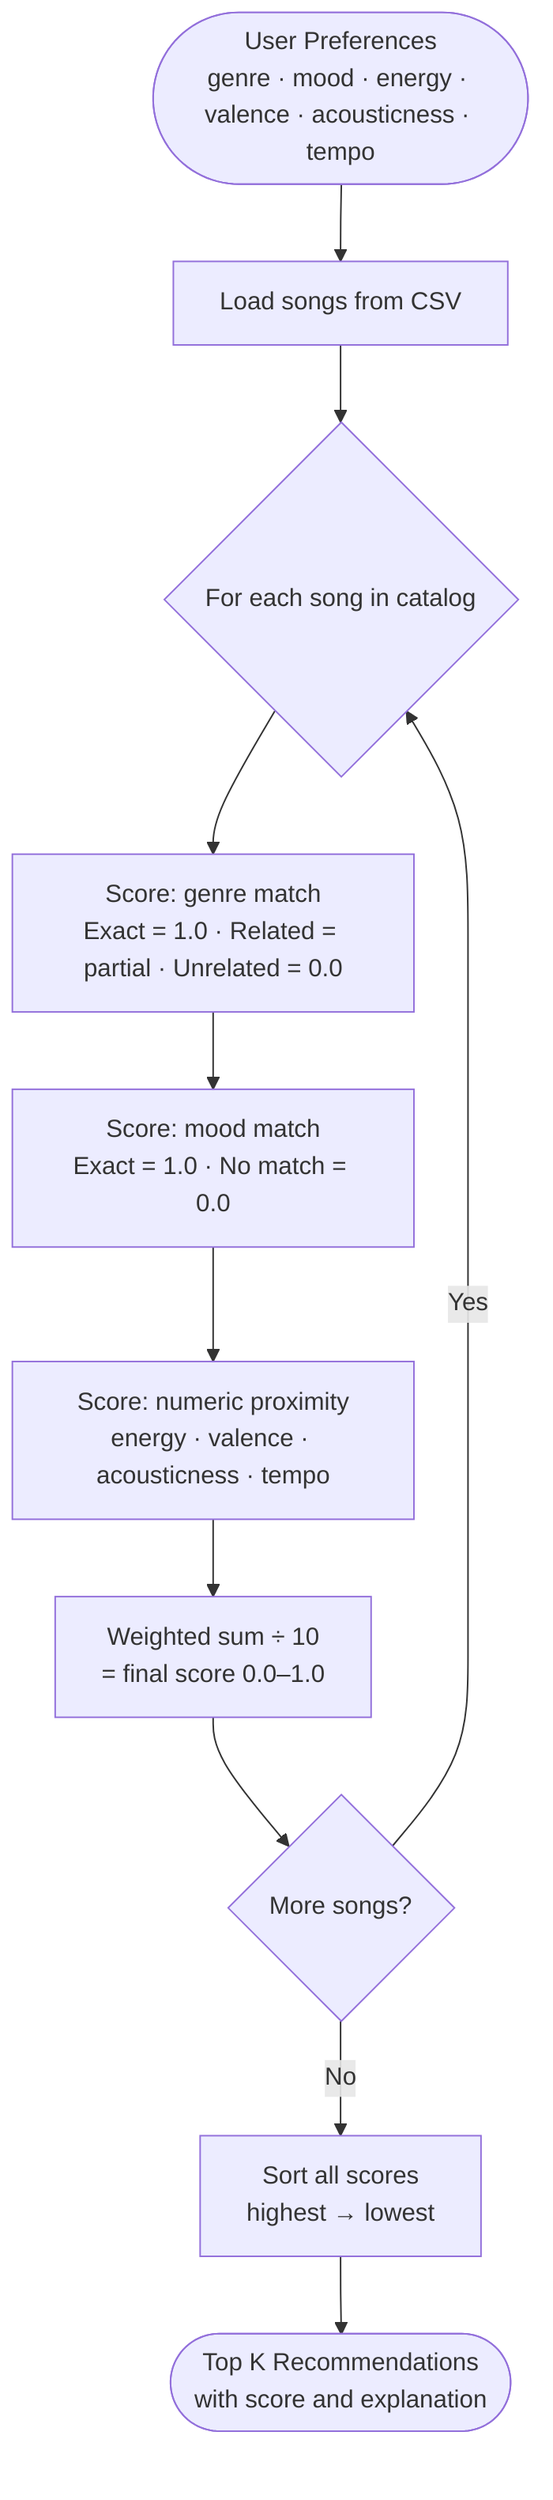
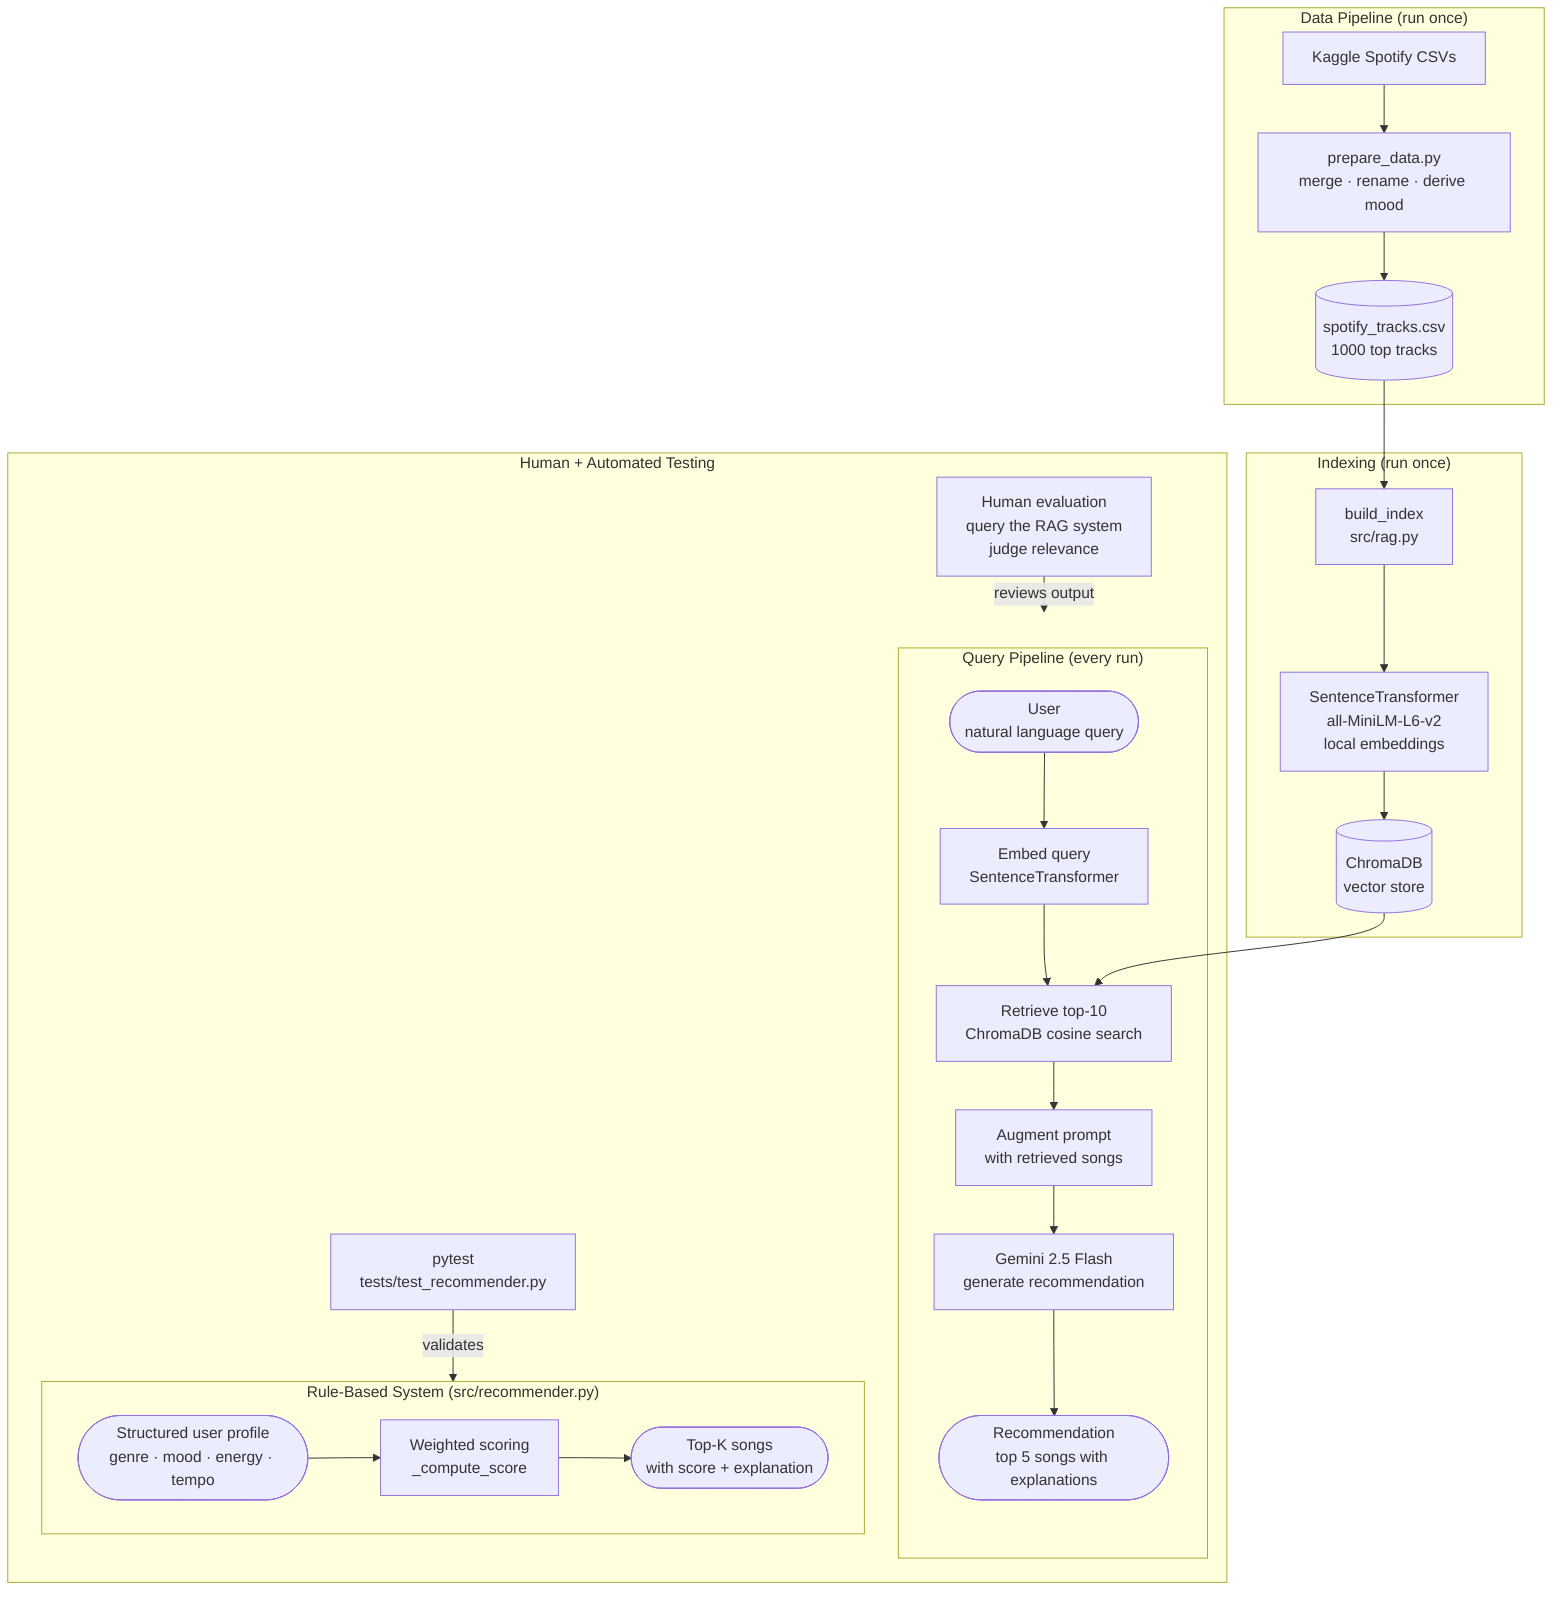
flowchart TD
-     A([User Preferences\ngenre · mood · energy · valence · acousticness · tempo]) --> B
+     subgraph DATA["Data Pipeline (run once)"]
+         A1[Kaggle Spotify CSVs] --> A2[prepare_data.py\nmerge · rename · derive mood]
+         A2 --> A3[(spotify_tracks.csv\n1000 top tracks)]
+     end

-     B[Load songs from CSV] --> C
+     subgraph INDEX["Indexing (run once)"]
+         A3 --> B1[build_index\nsrc/rag.py]
+         B1 --> B2[SentenceTransformer\nall-MiniLM-L6-v2\nlocal embeddings]
+         B2 --> B3[(ChromaDB\nvector store)]
+     end

-     C{For each song in catalog} --> D
+     subgraph QUERY["Query Pipeline (every run)"]
+         C1([User\nnatural language query]) --> C2[Embed query\nSentenceTransformer]
+         C2 --> C3[Retrieve top-10\nChromaDB cosine search]
+         B3 --> C3
+         C3 --> C4[Augment prompt\nwith retrieved songs]
+         C4 --> C5[Gemini 2.5 Flash\ngenerate recommendation]
+         C5 --> C6([Recommendation\ntop 5 songs with explanations])
+     end

-     D[Score: genre match\nExact = 1.0 · Related = partial · Unrelated = 0.0] --> E
-     E[Score: mood match\nExact = 1.0 · No match = 0.0] --> F
-     F[Score: numeric proximity\nenergy · valence · acousticness · tempo] --> G
-     G[Weighted sum ÷ 10\n= final score 0.0–1.0] --> H
+     subgraph LEGACY["Rule-Based System (src/recommender.py)"]
+         D1([Structured user profile\ngenre · mood · energy · tempo]) --> D2[Weighted scoring\n_compute_score]
+         D2 --> D3([Top-K songs\nwith score + explanation])
+     end

-     H{More songs?}
-     H -- Yes --> C
-     H -- No --> I
- 
-     I[Sort all scores\nhighest → lowest] --> J
- 
-     J([Top K Recommendations\nwith score and explanation])
+     subgraph TESTING["Human + Automated Testing"]
+         E1[pytest\ntests/test_recommender.py] -->|validates| LEGACY
+         E2[Human evaluation\nquery the RAG system\njudge relevance] -->|reviews output| QUERY
+     end
